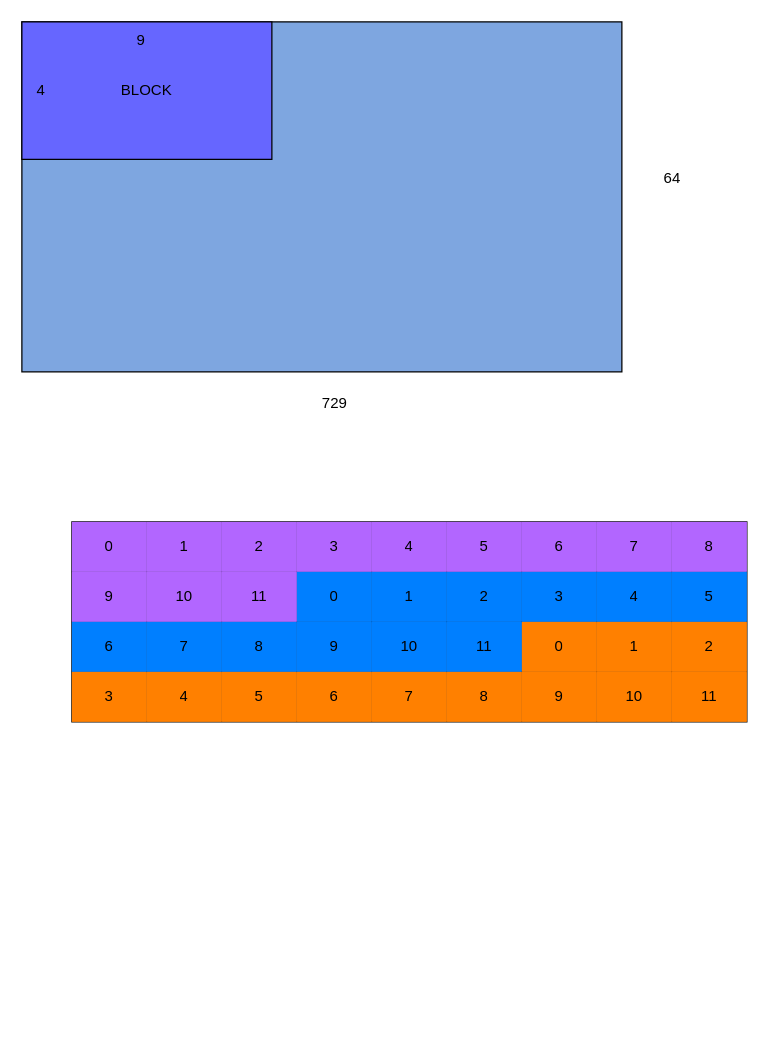
Above: FFT_ALGORITHM.drawio in nkzwchen/DrawIo (draw.io), before the change. Source tidied: cells renumbered, new cells numbered last; positions are measured from the earlier drawing's top-left corner, leaving out a move shared by most shapes. Both pictures are drawn from the tidied source at 125%, with x=0, y=0 at pixel (21, 21).
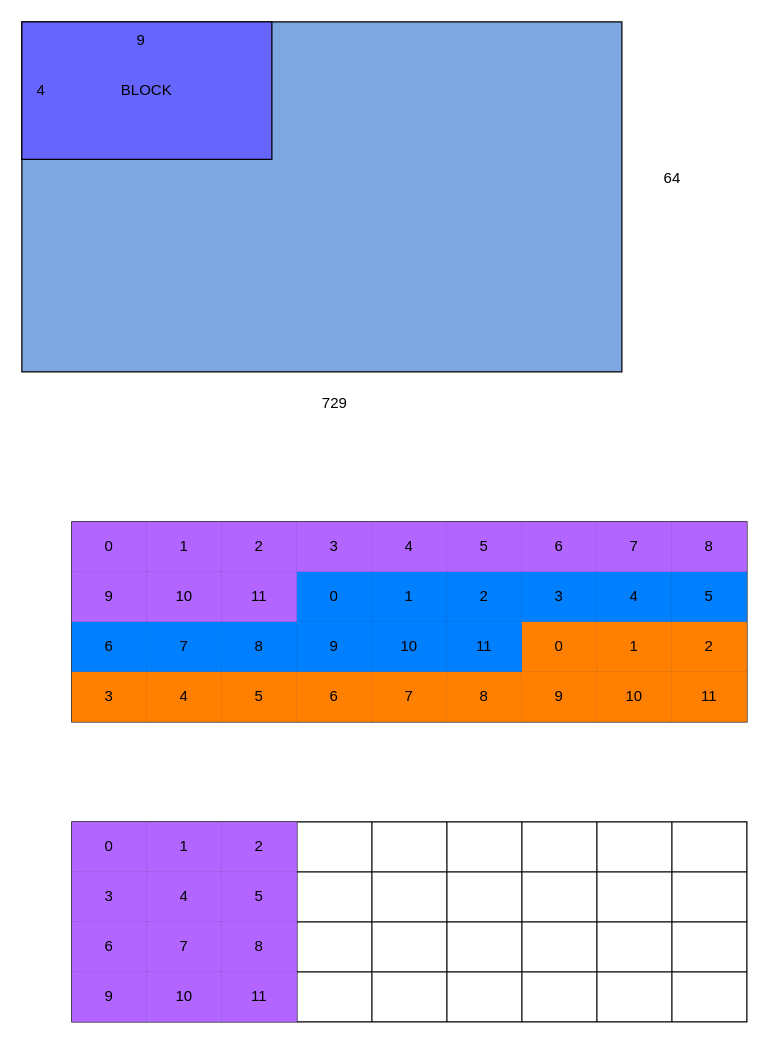
After the change.

Diff of the diagram source:
```diff
@@
+    <mxCell id="49" style="shape=table;startSize=0;childLayout=tableLayout;" parent="1" vertex="1">
+      <mxGeometry x="40" y="640" width="540" height="160" as="geometry" />
+    </mxCell>
+    <mxCell id="50" style="shape=tableRow;horizontal=0;startSize=0;swimlaneHead=0;swimlaneBody=0;strokeColor=inherit;top=0;left=0;bottom=0;right=0;fillColor=none;" parent="49" vertex="1">
+      <mxGeometry width="540" height="40" as="geometry" />
+    </mxCell>
+    <mxCell id="51" value="0" style="shape=partialRectangle;html=1;whiteSpace=wrap;strokeColor=inherit;overflow=hidden;fillColor=#B266FF;top=0;left=0;bottom=0;right=0;" parent="50" vertex="1">
+      <mxGeometry width="60" height="40" as="geometry" />
+    </mxCell>
+    <mxCell id="52" value="1" style="shape=partialRectangle;html=1;whiteSpace=wrap;strokeColor=inherit;overflow=hidden;fillColor=#B266FF;top=0;left=0;bottom=0;right=0;" parent="50" vertex="1">
+      <mxGeometry x="60" width="60" height="40" as="geometry" />
+    </mxCell>
+    <mxCell id="53" value="2" style="shape=partialRectangle;html=1;whiteSpace=wrap;strokeColor=inherit;overflow=hidden;fillColor=#B266FF;top=0;left=0;bottom=0;right=0;" parent="50" vertex="1">
+      <mxGeometry x="120" width="60" height="40" as="geometry" />
+    </mxCell>
+    <mxCell id="54" style="shape=partialRectangle;html=1;whiteSpace=wrap;strokeColor=inherit;overflow=hidden;fillColor=none;top=0;left=0;bottom=0;right=0;" parent="50" vertex="1">
+      <mxGeometry x="180" width="60" height="40" as="geometry" />
+    </mxCell>
+    <mxCell id="55" style="shape=partialRectangle;html=1;whiteSpace=wrap;strokeColor=inherit;overflow=hidden;fillColor=none;top=0;left=0;bottom=0;right=0;" parent="50" vertex="1">
+      <mxGeometry x="240" width="60" height="40" as="geometry" />
+    </mxCell>
+    <mxCell id="56" style="shape=partialRectangle;html=1;whiteSpace=wrap;strokeColor=inherit;overflow=hidden;fillColor=none;top=0;left=0;bottom=0;right=0;" parent="50" vertex="1">
+      <mxGeometry x="300" width="60" height="40" as="geometry" />
+    </mxCell>
+    <mxCell id="57" style="shape=partialRectangle;html=1;whiteSpace=wrap;strokeColor=inherit;overflow=hidden;fillColor=none;top=0;left=0;bottom=0;right=0;" parent="50" vertex="1">
+      <mxGeometry x="360" width="60" height="40" as="geometry" />
+    </mxCell>
+    <mxCell id="58" style="shape=partialRectangle;html=1;whiteSpace=wrap;strokeColor=inherit;overflow=hidden;fillColor=none;top=0;left=0;bottom=0;right=0;" parent="50" vertex="1">
+      <mxGeometry x="420" width="60" height="40" as="geometry" />
+    </mxCell>
+    <mxCell id="59" style="shape=partialRectangle;html=1;whiteSpace=wrap;strokeColor=inherit;overflow=hidden;fillColor=none;top=0;left=0;bottom=0;right=0;" parent="50" vertex="1">
+      <mxGeometry x="480" width="60" height="40" as="geometry" />
+    </mxCell>
+    <mxCell id="60" style="shape=tableRow;horizontal=0;startSize=0;swimlaneHead=0;swimlaneBody=0;strokeColor=inherit;top=0;left=0;bottom=0;right=0;fillColor=none;" parent="49" vertex="1">
+      <mxGeometry y="40" width="540" height="40" as="geometry" />
+    </mxCell>
+    <mxCell id="61" value="3" style="shape=partialRectangle;html=1;whiteSpace=wrap;strokeColor=inherit;overflow=hidden;fillColor=#B266FF;top=0;left=0;bottom=0;right=0;" parent="60" vertex="1">
+      <mxGeometry width="60" height="40" as="geometry" />
+    </mxCell>
+    <mxCell id="62" value="4" style="shape=partialRectangle;html=1;whiteSpace=wrap;strokeColor=inherit;overflow=hidden;fillColor=#B266FF;top=0;left=0;bottom=0;right=0;" parent="60" vertex="1">
+      <mxGeometry x="60" width="60" height="40" as="geometry" />
+    </mxCell>
+    <mxCell id="63" value="5" style="shape=partialRectangle;html=1;whiteSpace=wrap;strokeColor=inherit;overflow=hidden;fillColor=#B266FF;top=0;left=0;bottom=0;right=0;" parent="60" vertex="1">
+      <mxGeometry x="120" width="60" height="40" as="geometry" />
+    </mxCell>
+    <mxCell id="64" style="shape=partialRectangle;html=1;whiteSpace=wrap;strokeColor=inherit;overflow=hidden;fillColor=none;top=0;left=0;bottom=0;right=0;" parent="60" vertex="1">
+      <mxGeometry x="180" width="60" height="40" as="geometry" />
+    </mxCell>
+    <mxCell id="65" style="shape=partialRectangle;html=1;whiteSpace=wrap;strokeColor=inherit;overflow=hidden;fillColor=none;top=0;left=0;bottom=0;right=0;" parent="60" vertex="1">
+      <mxGeometry x="240" width="60" height="40" as="geometry" />
+    </mxCell>
+    <mxCell id="66" style="shape=partialRectangle;html=1;whiteSpace=wrap;strokeColor=inherit;overflow=hidden;fillColor=none;top=0;left=0;bottom=0;right=0;" parent="60" vertex="1">
+      <mxGeometry x="300" width="60" height="40" as="geometry" />
+    </mxCell>
+    <mxCell id="67" style="shape=partialRectangle;html=1;whiteSpace=wrap;strokeColor=inherit;overflow=hidden;fillColor=none;top=0;left=0;bottom=0;right=0;" parent="60" vertex="1">
+      <mxGeometry x="360" width="60" height="40" as="geometry" />
+    </mxCell>
+    <mxCell id="68" style="shape=partialRectangle;html=1;whiteSpace=wrap;strokeColor=inherit;overflow=hidden;fillColor=none;top=0;left=0;bottom=0;right=0;" parent="60" vertex="1">
+      <mxGeometry x="420" width="60" height="40" as="geometry" />
+    </mxCell>
+    <mxCell id="69" style="shape=partialRectangle;html=1;whiteSpace=wrap;strokeColor=inherit;overflow=hidden;fillColor=none;top=0;left=0;bottom=0;right=0;" parent="60" vertex="1">
+      <mxGeometry x="480" width="60" height="40" as="geometry" />
+    </mxCell>
+    <mxCell id="70" style="shape=tableRow;horizontal=0;startSize=0;swimlaneHead=0;swimlaneBody=0;strokeColor=inherit;top=0;left=0;bottom=0;right=0;fillColor=none;" parent="49" vertex="1">
+      <mxGeometry y="80" width="540" height="40" as="geometry" />
+    </mxCell>
+    <mxCell id="71" value="6" style="shape=partialRectangle;html=1;whiteSpace=wrap;strokeColor=inherit;overflow=hidden;fillColor=#B266FF;top=0;left=0;bottom=0;right=0;" parent="70" vertex="1">
+      <mxGeometry width="60" height="40" as="geometry" />
+    </mxCell>
+    <mxCell id="72" value="7" style="shape=partialRectangle;html=1;whiteSpace=wrap;strokeColor=inherit;overflow=hidden;fillColor=#B266FF;top=0;left=0;bottom=0;right=0;" parent="70" vertex="1">
+      <mxGeometry x="60" width="60" height="40" as="geometry" />
+    </mxCell>
+    <mxCell id="73" value="8" style="shape=partialRectangle;html=1;whiteSpace=wrap;strokeColor=inherit;overflow=hidden;fillColor=#B266FF;top=0;left=0;bottom=0;right=0;" parent="70" vertex="1">
+      <mxGeometry x="120" width="60" height="40" as="geometry" />
+    </mxCell>
+    <mxCell id="74" style="shape=partialRectangle;html=1;whiteSpace=wrap;strokeColor=inherit;overflow=hidden;fillColor=none;top=0;left=0;bottom=0;right=0;" parent="70" vertex="1">
+      <mxGeometry x="180" width="60" height="40" as="geometry" />
+    </mxCell>
+    <mxCell id="75" style="shape=partialRectangle;html=1;whiteSpace=wrap;strokeColor=inherit;overflow=hidden;fillColor=none;top=0;left=0;bottom=0;right=0;" parent="70" vertex="1">
+      <mxGeometry x="240" width="60" height="40" as="geometry" />
+    </mxCell>
+    <mxCell id="76" style="shape=partialRectangle;html=1;whiteSpace=wrap;strokeColor=inherit;overflow=hidden;fillColor=none;top=0;left=0;bottom=0;right=0;" parent="70" vertex="1">
+      <mxGeometry x="300" width="60" height="40" as="geometry" />
+    </mxCell>
+    <mxCell id="77" style="shape=partialRectangle;html=1;whiteSpace=wrap;strokeColor=inherit;overflow=hidden;fillColor=none;top=0;left=0;bottom=0;right=0;" parent="70" vertex="1">
+      <mxGeometry x="360" width="60" height="40" as="geometry" />
+    </mxCell>
+    <mxCell id="78" style="shape=partialRectangle;html=1;whiteSpace=wrap;strokeColor=inherit;overflow=hidden;fillColor=none;top=0;left=0;bottom=0;right=0;" parent="70" vertex="1">
+      <mxGeometry x="420" width="60" height="40" as="geometry" />
+    </mxCell>
+    <mxCell id="79" style="shape=partialRectangle;html=1;whiteSpace=wrap;strokeColor=inherit;overflow=hidden;fillColor=none;top=0;left=0;bottom=0;right=0;" parent="70" vertex="1">
+      <mxGeometry x="480" width="60" height="40" as="geometry" />
+    </mxCell>
+    <mxCell id="80" style="shape=tableRow;horizontal=0;startSize=0;swimlaneHead=0;swimlaneBody=0;strokeColor=inherit;top=0;left=0;bottom=0;right=0;fillColor=none;" parent="49" vertex="1">
+      <mxGeometry y="120" width="540" height="40" as="geometry" />
+    </mxCell>
+    <mxCell id="81" value="9" style="shape=partialRectangle;html=1;whiteSpace=wrap;strokeColor=inherit;overflow=hidden;fillColor=#B266FF;top=0;left=0;bottom=0;right=0;" parent="80" vertex="1">
+      <mxGeometry width="60" height="40" as="geometry" />
+    </mxCell>
+    <mxCell id="82" value="10" style="shape=partialRectangle;html=1;whiteSpace=wrap;strokeColor=inherit;overflow=hidden;fillColor=#B266FF;top=0;left=0;bottom=0;right=0;" parent="80" vertex="1">
+      <mxGeometry x="60" width="60" height="40" as="geometry" />
+    </mxCell>
+    <mxCell id="83" value="11" style="shape=partialRectangle;html=1;whiteSpace=wrap;strokeColor=inherit;overflow=hidden;fillColor=#B266FF;top=0;left=0;bottom=0;right=0;" parent="80" vertex="1">
+      <mxGeometry x="120" width="60" height="40" as="geometry" />
+    </mxCell>
+    <mxCell id="84" style="shape=partialRectangle;html=1;whiteSpace=wrap;strokeColor=inherit;overflow=hidden;fillColor=none;top=0;left=0;bottom=0;right=0;" parent="80" vertex="1">
+      <mxGeometry x="180" width="60" height="40" as="geometry" />
+    </mxCell>
+    <mxCell id="85" style="shape=partialRectangle;html=1;whiteSpace=wrap;strokeColor=inherit;overflow=hidden;fillColor=none;top=0;left=0;bottom=0;right=0;" parent="80" vertex="1">
+      <mxGeometry x="240" width="60" height="40" as="geometry" />
+    </mxCell>
+    <mxCell id="86" style="shape=partialRectangle;html=1;whiteSpace=wrap;strokeColor=inherit;overflow=hidden;fillColor=none;top=0;left=0;bottom=0;right=0;" parent="80" vertex="1">
+      <mxGeometry x="300" width="60" height="40" as="geometry" />
+    </mxCell>
+    <mxCell id="87" style="shape=partialRectangle;html=1;whiteSpace=wrap;strokeColor=inherit;overflow=hidden;fillColor=none;top=0;left=0;bottom=0;right=0;" parent="80" vertex="1">
+      <mxGeometry x="360" width="60" height="40" as="geometry" />
+    </mxCell>
+    <mxCell id="88" style="shape=partialRectangle;html=1;whiteSpace=wrap;strokeColor=inherit;overflow=hidden;fillColor=none;top=0;left=0;bottom=0;right=0;" parent="80" vertex="1">
+      <mxGeometry x="420" width="60" height="40" as="geometry" />
+    </mxCell>
+    <mxCell id="89" style="shape=partialRectangle;html=1;whiteSpace=wrap;strokeColor=inherit;overflow=hidden;fillColor=none;top=0;left=0;bottom=0;right=0;" parent="80" vertex="1">
+      <mxGeometry x="480" width="60" height="40" as="geometry" />
+    </mxCell>
```
